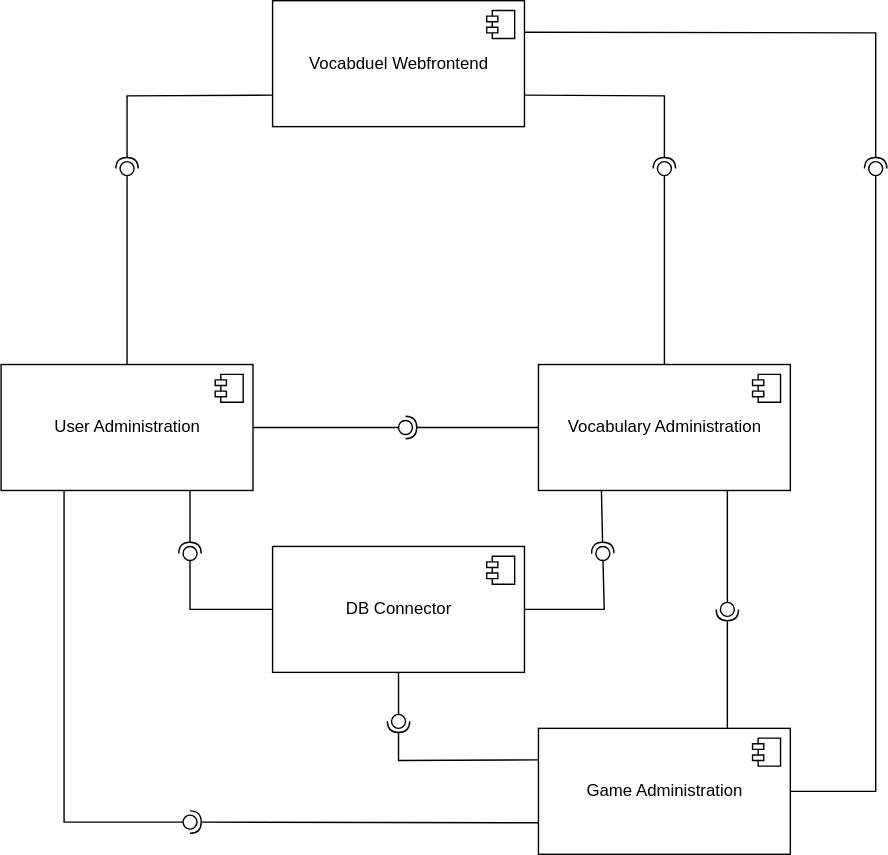
This is components_diagram.svg from lucaslar/htw-kba-gr7-vocabduel-monorepo, a draw.io export, as it was before one commit. Source tidied: cells renumbered, new cells last; positions are measured from the earlier drawing's top-left corner, leaving out a move shared by most shapes.
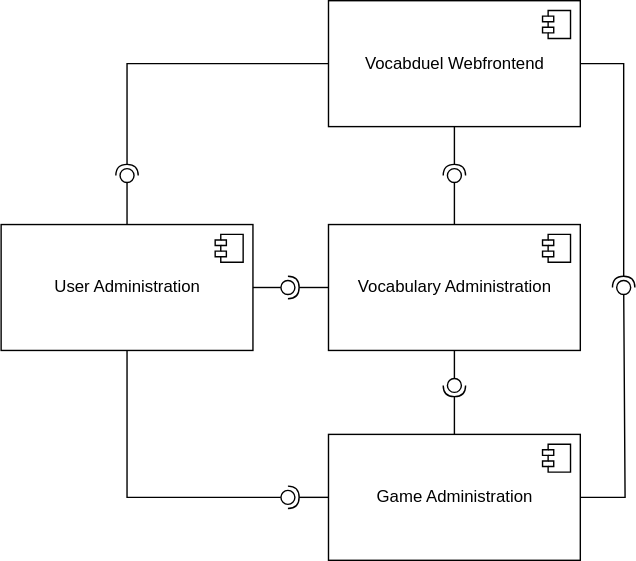
The same diagram one commit later.

Commit message:
Updated component diagram (svg)

Change to the diagram source:
```diff
@@ -3,7 +3,7 @@
     <mxCell id="0" />
     <mxCell id="1" parent="0" />
     <mxCell id="2" value="User Administration" style="html=1;" parent="1" vertex="1">
-      <mxGeometry y="260" width="180" height="90" as="geometry" />
+      <mxGeometry x="150" y="260" width="180" height="90" as="geometry" />
     </mxCell>
     <mxCell id="3" style="shape=module;jettyWidth=8;jettyHeight=4;" parent="2" vertex="1">
       <mxGeometry x="1" width="20" height="20" relative="1" as="geometry">
@@ -19,7 +19,7 @@
       </mxGeometry>
     </mxCell>
     <mxCell id="6" value="Game Administration" style="html=1;" parent="1" vertex="1">
-      <mxGeometry x="384" y="520" width="180" height="90" as="geometry" />
+      <mxGeometry x="384" y="410" width="180" height="90" as="geometry" />
     </mxCell>
     <mxCell id="7" style="shape=module;jettyWidth=8;jettyHeight=4;" parent="6" vertex="1">
       <mxGeometry x="1" width="20" height="20" relative="1" as="geometry">
@@ -27,7 +27,7 @@
       </mxGeometry>
     </mxCell>
     <mxCell id="8" value="Vocabduel Webfrontend" style="html=1;" parent="1" vertex="1">
-      <mxGeometry x="194" width="180" height="90" as="geometry" />
+      <mxGeometry x="384" y="100" width="180" height="90" as="geometry" />
     </mxCell>
     <mxCell id="9" style="shape=module;jettyWidth=8;jettyHeight=4;" parent="8" vertex="1">
       <mxGeometry x="1" width="20" height="20" relative="1" as="geometry">
@@ -37,125 +37,72 @@
     <mxCell id="10" style="rounded=0;jettySize=auto;html=1;endArrow=none;endFill=0;exitX=0.5;exitY=0;exitDx=0;exitDy=0;" parent="1" edge="1" source="2" target="12">
       <mxGeometry relative="1" as="geometry" />
     </mxCell>
-    <mxCell id="11" style="rounded=0;jettySize=auto;html=1;endArrow=halfCircle;endFill=0;entryX=0.5;entryY=0.5;entryDx=0;entryDy=0;endSize=6;strokeWidth=1;exitX=0;exitY=0.75;exitDx=0;exitDy=0;" parent="1" edge="1" source="8" target="12">
+    <mxCell id="11" style="rounded=0;jettySize=auto;html=1;endArrow=halfCircle;endFill=0;entryX=0.5;entryY=0.5;entryDx=0;entryDy=0;endSize=6;strokeWidth=1;exitX=0;exitY=0.5;exitDx=0;exitDy=0;" parent="1" edge="1" source="8" target="12">
       <mxGeometry relative="1" as="geometry">
         <Array as="points">
-          <mxPoint x="90" y="68" />
+          <mxPoint x="240" y="145" />
         </Array>
       </mxGeometry>
     </mxCell>
     <mxCell id="12" style="ellipse;whiteSpace=wrap;html=1;fontFamily=Helvetica;fontSize=12;fontColor=#000000;align=center;strokeColor=#000000;fillColor=#ffffff;points=[];" parent="1" vertex="1">
-      <mxGeometry x="85" y="115" width="10" height="10" as="geometry" />
+      <mxGeometry x="235" y="220" width="10" height="10" as="geometry" />
     </mxCell>
     <mxCell id="13" style="rounded=0;jettySize=auto;html=1;endArrow=none;endFill=0;exitX=1;exitY=0.5;exitDx=0;exitDy=0;" parent="1" edge="1" source="6" target="15">
       <mxGeometry relative="1" as="geometry">
         <Array as="points">
-          <mxPoint x="625" y="565" />
+          <mxPoint x="596" y="455" />
         </Array>
       </mxGeometry>
     </mxCell>
-    <mxCell id="14" style="rounded=0;jettySize=auto;html=1;endArrow=halfCircle;endFill=0;entryX=0.5;entryY=0.5;entryDx=0;entryDy=0;endSize=6;strokeWidth=1;exitX=1;exitY=0.25;exitDx=0;exitDy=0;" parent="1" edge="1" source="8" target="15">
+    <mxCell id="14" style="rounded=0;jettySize=auto;html=1;endArrow=halfCircle;endFill=0;entryX=0.5;entryY=0.5;entryDx=0;entryDy=0;endSize=6;strokeWidth=1;exitX=1;exitY=0.5;exitDx=0;exitDy=0;" parent="1" edge="1" source="8" target="15">
       <mxGeometry relative="1" as="geometry">
         <Array as="points">
-          <mxPoint x="625" y="23" />
+          <mxPoint x="595" y="145" />
         </Array>
       </mxGeometry>
     </mxCell>
     <mxCell id="15" style="ellipse;whiteSpace=wrap;html=1;fontFamily=Helvetica;fontSize=12;fontColor=#000000;align=center;strokeColor=#000000;fillColor=#ffffff;points=[];" parent="1" vertex="1">
-      <mxGeometry x="620" y="115" width="10" height="10" as="geometry" />
+      <mxGeometry x="590" y="300" width="10" height="10" as="geometry" />
     </mxCell>
-    <mxCell id="16" style="rounded=0;jettySize=auto;html=1;endArrow=none;endFill=0;exitX=0.75;exitY=1;exitDx=0;exitDy=0;" parent="1" edge="1" source="4" target="18">
+    <mxCell id="16" style="rounded=0;jettySize=auto;html=1;endArrow=none;endFill=0;exitX=0.5;exitY=1;exitDx=0;exitDy=0;" parent="1" edge="1" source="4" target="18">
       <mxGeometry relative="1" as="geometry" />
     </mxCell>
-    <mxCell id="17" style="rounded=0;jettySize=auto;html=1;endArrow=halfCircle;endFill=0;entryX=0.5;entryY=0.5;entryDx=0;entryDy=0;endSize=6;strokeWidth=1;exitX=0.75;exitY=0;exitDx=0;exitDy=0;" parent="1" edge="1" source="6" target="18">
+    <mxCell id="17" style="rounded=0;jettySize=auto;html=1;endArrow=halfCircle;endFill=0;entryX=0.5;entryY=0.5;entryDx=0;entryDy=0;endSize=6;strokeWidth=1;exitX=0.5;exitY=0;exitDx=0;exitDy=0;" parent="1" edge="1" source="6" target="18">
       <mxGeometry relative="1" as="geometry" />
     </mxCell>
     <mxCell id="18" style="ellipse;whiteSpace=wrap;html=1;fontFamily=Helvetica;fontSize=12;fontColor=#000000;align=center;strokeColor=#000000;fillColor=#ffffff;points=[];" parent="1" vertex="1">
-      <mxGeometry x="514" y="430" width="10" height="10" as="geometry" />
+      <mxGeometry x="469" y="370" width="10" height="10" as="geometry" />
     </mxCell>
-    <mxCell id="19" style="rounded=0;jettySize=auto;html=1;endArrow=none;endFill=0;exitX=0.25;exitY=1;exitDx=0;exitDy=0;entryX=-0.001;entryY=0.502;entryDx=0;entryDy=0;entryPerimeter=0;" parent="1" edge="1" source="2" target="21">
+    <mxCell id="19" style="rounded=0;jettySize=auto;html=1;endArrow=none;endFill=0;exitX=0.5;exitY=1;exitDx=0;exitDy=0;entryX=-0.001;entryY=0.502;entryDx=0;entryDy=0;entryPerimeter=0;" parent="1" edge="1" source="2" target="21">
       <mxGeometry relative="1" as="geometry">
         <Array as="points">
-          <mxPoint x="45" y="587" />
+          <mxPoint x="240" y="455" />
         </Array>
       </mxGeometry>
     </mxCell>
-    <mxCell id="20" style="rounded=0;jettySize=auto;html=1;endArrow=halfCircle;endFill=0;entryX=0.5;entryY=0.5;entryDx=0;entryDy=0;endSize=6;strokeWidth=1;exitX=0;exitY=0.75;exitDx=0;exitDy=0;" parent="1" edge="1" source="6" target="21">
+    <mxCell id="20" style="rounded=0;jettySize=auto;html=1;endArrow=halfCircle;endFill=0;entryX=0.5;entryY=0.5;entryDx=0;entryDy=0;endSize=6;strokeWidth=1;exitX=0;exitY=0.5;exitDx=0;exitDy=0;" parent="1" edge="1" source="6" target="21">
       <mxGeometry relative="1" as="geometry" />
     </mxCell>
     <mxCell id="21" style="ellipse;whiteSpace=wrap;html=1;fontFamily=Helvetica;fontSize=12;fontColor=#000000;align=center;strokeColor=#000000;fillColor=#ffffff;points=[];" parent="1" vertex="1">
-      <mxGeometry x="130" y="582" width="10" height="10" as="geometry" />
+      <mxGeometry x="350" y="450" width="10" height="10" as="geometry" />
     </mxCell>
-    <mxCell id="22" style="rounded=0;jettySize=auto;html=1;endArrow=none;endFill=0;" parent="1" edge="1" target="24">
-      <mxGeometry relative="1" as="geometry">
-        <mxPoint x="180" y="305" as="sourcePoint" />
-      </mxGeometry>
+    <mxCell id="22" style="rounded=0;jettySize=auto;html=1;endArrow=none;endFill=0;exitX=1;exitY=0.5;exitDx=0;exitDy=0;" parent="1" edge="1" source="2" target="24">
+      <mxGeometry relative="1" as="geometry" />
     </mxCell>
     <mxCell id="23" style="rounded=0;jettySize=auto;html=1;endArrow=halfCircle;endFill=0;entryX=0.5;entryY=0.5;entryDx=0;entryDy=0;endSize=6;strokeWidth=1;exitX=0;exitY=0.5;exitDx=0;exitDy=0;" parent="1" edge="1" source="4" target="24">
       <mxGeometry relative="1" as="geometry" />
     </mxCell>
     <mxCell id="24" style="ellipse;whiteSpace=wrap;html=1;fontFamily=Helvetica;fontSize=12;fontColor=#000000;align=center;strokeColor=#000000;fillColor=#ffffff;points=[];" parent="1" vertex="1">
-      <mxGeometry x="284" y="300" width="10" height="10" as="geometry" />
+      <mxGeometry x="350" y="300" width="10" height="10" as="geometry" />
     </mxCell>
     <mxCell id="25" style="rounded=0;jettySize=auto;html=1;endArrow=none;endFill=0;exitX=0.5;exitY=0;exitDx=0;exitDy=0;" parent="1" edge="1" source="4" target="27">
       <mxGeometry relative="1" as="geometry" />
     </mxCell>
-    <mxCell id="26" style="rounded=0;jettySize=auto;html=1;endArrow=halfCircle;endFill=0;entryX=0.5;entryY=0.5;entryDx=0;entryDy=0;endSize=6;strokeWidth=1;exitX=1;exitY=0.75;exitDx=0;exitDy=0;" parent="1" edge="1" source="8" target="27">
-      <mxGeometry relative="1" as="geometry">
-        <Array as="points">
-          <mxPoint x="474" y="68" />
-        </Array>
-      </mxGeometry>
+    <mxCell id="26" style="rounded=0;jettySize=auto;html=1;endArrow=halfCircle;endFill=0;entryX=0.5;entryY=0.5;entryDx=0;entryDy=0;endSize=6;strokeWidth=1;exitX=0.5;exitY=1;exitDx=0;exitDy=0;" parent="1" edge="1" source="8" target="27">
+      <mxGeometry relative="1" as="geometry" />
     </mxCell>
     <mxCell id="27" style="ellipse;whiteSpace=wrap;html=1;fontFamily=Helvetica;fontSize=12;fontColor=#000000;align=center;strokeColor=#000000;fillColor=#ffffff;points=[];" parent="1" vertex="1">
-      <mxGeometry x="469" y="115" width="10" height="10" as="geometry" />
+      <mxGeometry x="469" y="220" width="10" height="10" as="geometry" />
     </mxCell>
-    <mxCell id="28" value="DB Connector" style="html=1;" parent="1" vertex="1">
-      <mxGeometry x="194" y="390" width="180" height="90" as="geometry" />
-    </mxCell>
-    <mxCell id="29" style="shape=module;jettyWidth=8;jettyHeight=4;" parent="28" vertex="1">
-      <mxGeometry x="1" width="20" height="20" relative="1" as="geometry">
-        <mxPoint x="-27" y="7" as="offset" />
-      </mxGeometry>
-    </mxCell>
-    <mxCell id="30" style="rounded=0;jettySize=auto;html=1;endArrow=none;endFill=0;exitX=0;exitY=0.5;exitDx=0;exitDy=0;" parent="1" edge="1" source="28" target="32">
-      <mxGeometry relative="1" as="geometry">
-        <Array as="points">
-          <mxPoint x="135" y="435" />
-        </Array>
-      </mxGeometry>
-    </mxCell>
-    <mxCell id="31" style="rounded=0;jettySize=auto;html=1;endArrow=halfCircle;endFill=0;entryX=0.5;entryY=0.5;entryDx=0;entryDy=0;endSize=6;strokeWidth=1;exitX=0.75;exitY=1;exitDx=0;exitDy=0;" parent="1" edge="1" source="2" target="32">
-      <mxGeometry relative="1" as="geometry" />
-    </mxCell>
-    <mxCell id="32" style="ellipse;whiteSpace=wrap;html=1;fontFamily=Helvetica;fontSize=12;fontColor=#000000;align=center;strokeColor=#000000;fillColor=#ffffff;points=[];" parent="1" vertex="1">
-      <mxGeometry x="130" y="390" width="10" height="10" as="geometry" />
-    </mxCell>
-    <mxCell id="33" style="rounded=0;jettySize=auto;html=1;endArrow=none;endFill=0;exitX=0.5;exitY=1;exitDx=0;exitDy=0;" parent="1" edge="1" source="28" target="35">
-      <mxGeometry relative="1" as="geometry" />
-    </mxCell>
-    <mxCell id="34" style="rounded=0;jettySize=auto;html=1;endArrow=halfCircle;endFill=0;entryX=0.5;entryY=0.5;entryDx=0;entryDy=0;endSize=6;strokeWidth=1;exitX=0;exitY=0.25;exitDx=0;exitDy=0;" parent="1" edge="1" source="6" target="35">
-      <mxGeometry relative="1" as="geometry">
-        <Array as="points">
-          <mxPoint x="284" y="543" />
-        </Array>
-      </mxGeometry>
-    </mxCell>
-    <mxCell id="35" style="ellipse;whiteSpace=wrap;html=1;fontFamily=Helvetica;fontSize=12;fontColor=#000000;align=center;strokeColor=#000000;fillColor=#ffffff;points=[];" parent="1" vertex="1">
-      <mxGeometry x="279" y="510" width="10" height="10" as="geometry" />
-    </mxCell>
-    <mxCell id="36" style="rounded=0;jettySize=auto;html=1;endArrow=none;endFill=0;" parent="1" edge="1" source="28" target="38">
-      <mxGeometry relative="1" as="geometry">
-        <Array as="points">
-          <mxPoint x="431" y="435" />
-        </Array>
-      </mxGeometry>
-    </mxCell>
-    <mxCell id="37" style="rounded=0;jettySize=auto;html=1;endArrow=halfCircle;endFill=0;entryX=0.5;entryY=0.5;entryDx=0;entryDy=0;endSize=6;strokeWidth=1;exitX=0.25;exitY=1;exitDx=0;exitDy=0;" parent="1" edge="1" source="4" target="38">
-      <mxGeometry relative="1" as="geometry" />
-    </mxCell>
-    <mxCell id="38" style="ellipse;whiteSpace=wrap;html=1;fontFamily=Helvetica;fontSize=12;fontColor=#000000;align=center;strokeColor=#000000;fillColor=#ffffff;points=[];" parent="1" vertex="1">
-      <mxGeometry x="425" y="390" width="10" height="10" as="geometry" />
-    </mxCell>
   </root>
 </mxGraphModel>
```
